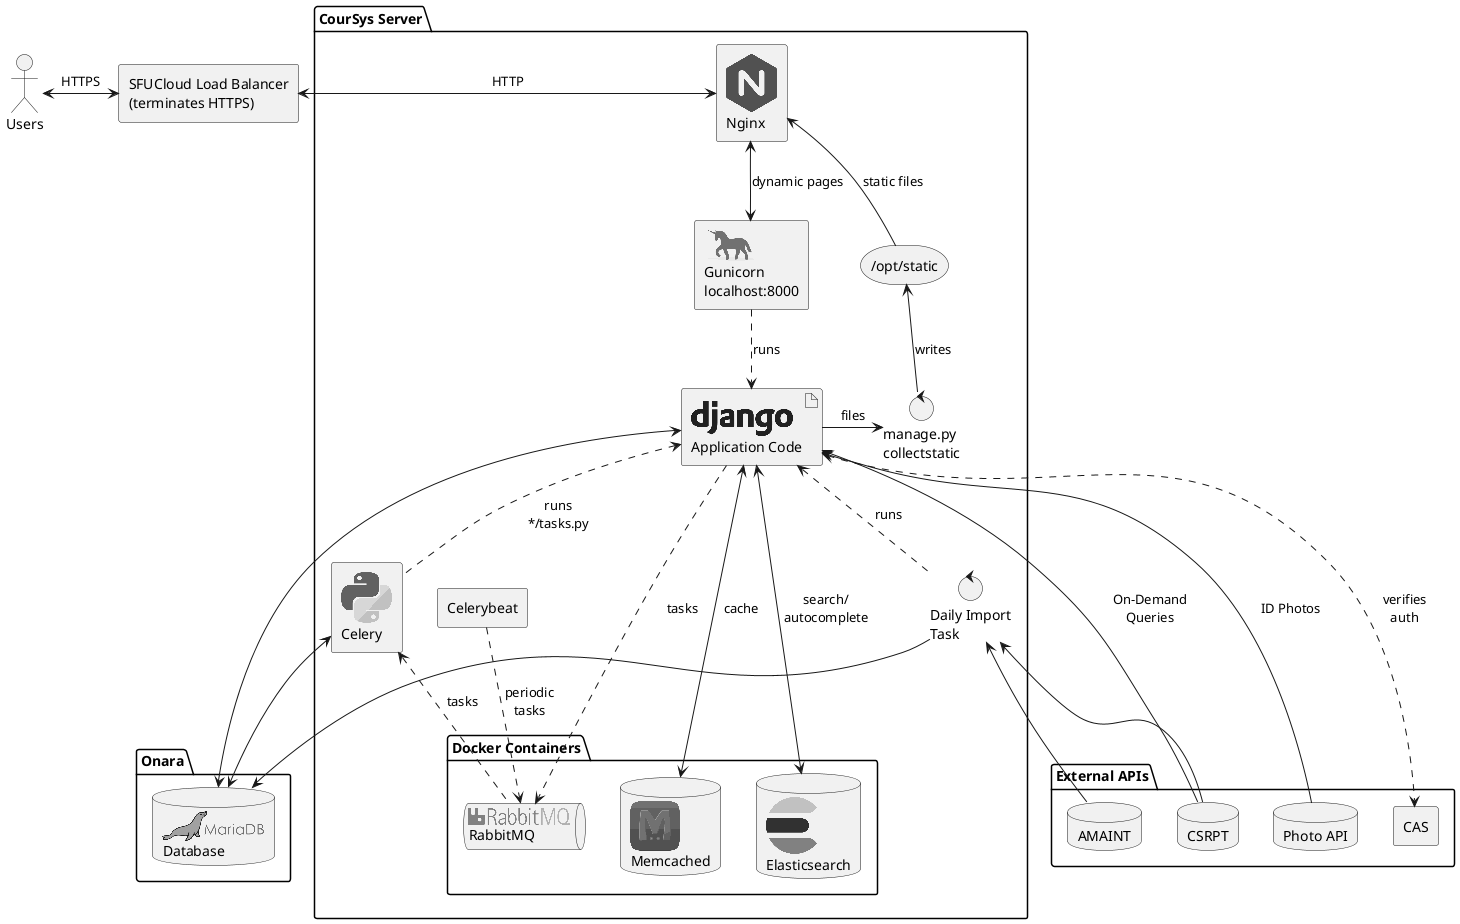
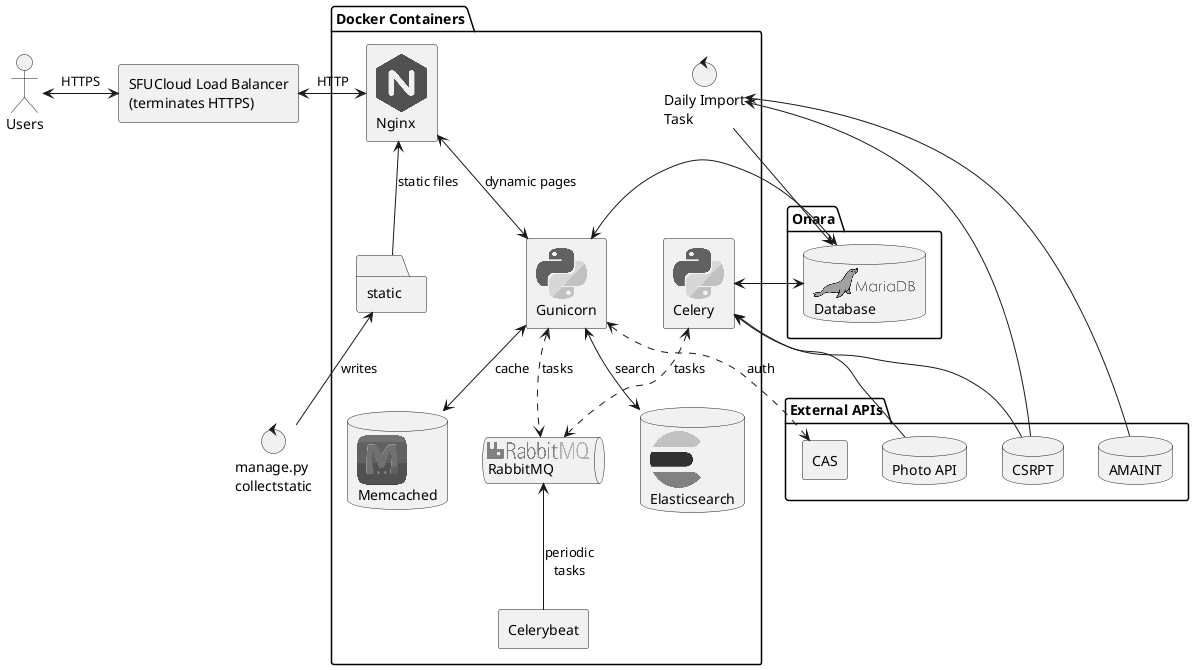
' To generate diagram:
' sudo apt install plantuml
' plantuml arch.puml

- ' https://github.com/plantuml/plantuml-stdlib/tree/master/logos
+ ' https://github.com/plantuml/plantuml-stdlib/tree/master/stdlib/logos

@startuml

!include <logos/nginx>
!include <logos/gunicorn>
!include <logos/django>
!include <logos/rabbitmq>
!include <logos/ruby>
!include <logos/python>
!include <logos/rabbitmq>
!include <logos/memcached>
!include <logos/elasticsearch>
!include <logos/mariadb>

actor Users as users

agent "SFUCloud Load Balancer\n(terminates HTTPS)" as lb

users <-> lb : HTTPS

- package "CourSys Server" {
-     agent "<$nginx>\nNginx" as nginx
-     agent "<$gunicorn>\nGunicorn\nlocalhost:8000" as gunicorn
-     artifact "<$django>\nApplication Code" as django
+ 'artifact "<$django>\nApplication Code" as django
+ control "manage.py\ncollectstatic" as collectstatic
+ 
+ 
+ package "Docker Containers" {
+     folder "static" as static
+     control "Daily Import\nTask" as import

    agent "<$python>\nCelery" as celery
    agent "Celerybeat" as celerybeat
+     agent "<$nginx>\nNginx" as nginx
+     agent "<$python>\nGunicorn" as gunicorn

-     control "Daily Import\nTask" as import
-     storage "/opt/static" as static
-     control "manage.py\ncollectstatic" as collectstatic
+     queue "<$rabbitmq>\nRabbitMQ" as rabbitmq
+     database "<$memcached>\nMemcached" as memcached
+     database "<$elasticsearch>\nElasticsearch" as elasticsearch

-     package "Docker Containers" {
-         queue "<$rabbitmq>\nRabbitMQ" as rabbitmq
-         'agent "<$ruby>\nMarkdown Converter" as markdown
-         database "<$memcached>\nMemcached" as memcached
-         database "<$elasticsearch>\nElasticsearch" as elasticsearch
-     }
+     static <-- collectstatic : "writes"
+     'static <- gunicorn : "compressed"
+     nginx <-- static : static files
+     nginx <--> gunicorn : dynamic pages

-     nginx <--> gunicorn : dynamic pages
-     static <-- collectstatic : "writes"
-     nginx <-- static : static files
-     django -> collectstatic : files
- 
-     gunicorn ..> django : runs
-     django <.. celery : "runs\n~*/tasks.py"
+     'gunicorn ..> django : runs
+     'django <.. celery : "runs\n~*/tasks.py"

    'celery .> import : task
-     django <.. import : runs
+     'django <.. import : runs

-     django ..> rabbitmq : tasks
-     'django <--> rabbitmq : markdown\nconversions
-     celery <.. rabbitmq : tasks
-     django <--> memcached : cache
-     'rabbitmq <-> markdown : markdown\nconversions
-     django <--> elasticsearch : search/\nautocomplete
-     celerybeat ..> rabbitmq : periodic\ntasks
+     gunicorn <..> rabbitmq : tasks
+     celery <..> rabbitmq : tasks
+     gunicorn <--> memcached : cache
+     gunicorn <--> elasticsearch : search
+     'celerybeat ..> rabbitmq : periodic\ntasks
+     rabbitmq <-- celerybeat : periodic\ntasks
}

package "Onara" {
    database "<$mariadb>\nDatabase" as db
}

nginx <-> lb : HTTP
- django <-> db
+ gunicorn <-> db
celery <--> db
- import --> db
+ 'import --> db
+ db <- import

package "External APIs" {
    database "CSRPT" as csrpt
    agent "CAS" as cas
    database "Photo API" as photo
    database "AMAINT" as amaint
}

- import <-- csrpt
- django <-- csrpt : On-Demand\nQueries
- django <..> cas : verifies\nauth
- django <-- photo : ID Photos
- import <-- amaint
- 
+ 'import <-- csrpt
+ csrpt -> import
+ celery <-- csrpt
+ gunicorn <..> cas : auth
+ celery <-- photo
+ 'import <-- amaint
+ amaint -> import

@enduml
